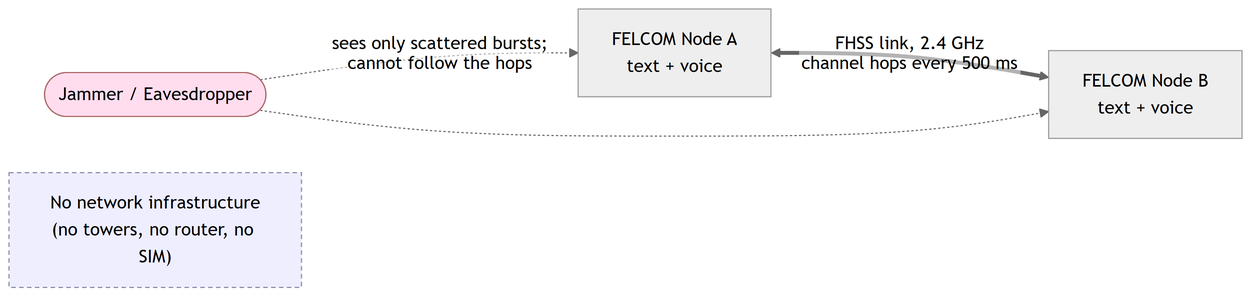
Before: diagrams/context.png, a diagram exported from Mermaid (MarcEGed/Mini-Project). Its source is kept beside it as diagrams/context.mmd. Its diagram source:
```mermaid
flowchart LR
    A["FELCOM Node A<br/>text + voice"]
    B["FELCOM Node B<br/>text + voice"]
    J(["Jammer / Eavesdropper"])
    N["No network infrastructure<br/>(no towers, no router, no SIM)"]

    A <==>|"FHSS link, 2.4 GHz<br/>channel hops every 500 ms"| B
    J -.->|"sees only scattered bursts;<br/>cannot follow the hops"| A
    J -.-> B

    style N fill:#eef,stroke:#88a,stroke-dasharray:4 3
    style J fill:#fde,stroke:#a66
```
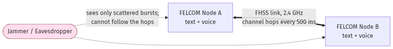
Above is the later version.

Change to the diagram source:
```diff
@@ -2,11 +2,9 @@
     A["FELCOM Node A<br/>text + voice"]
     B["FELCOM Node B<br/>text + voice"]
     J(["Jammer / Eavesdropper"])
-    N["No network infrastructure<br/>(no towers, no router, no SIM)"]
 
     A <==>|"FHSS link, 2.4 GHz<br/>channel hops every 500 ms"| B
     J -.->|"sees only scattered bursts;<br/>cannot follow the hops"| A
     J -.-> B
 
-    style N fill:#eef,stroke:#88a,stroke-dasharray:4 3
     style J fill:#fde,stroke:#a66
```
